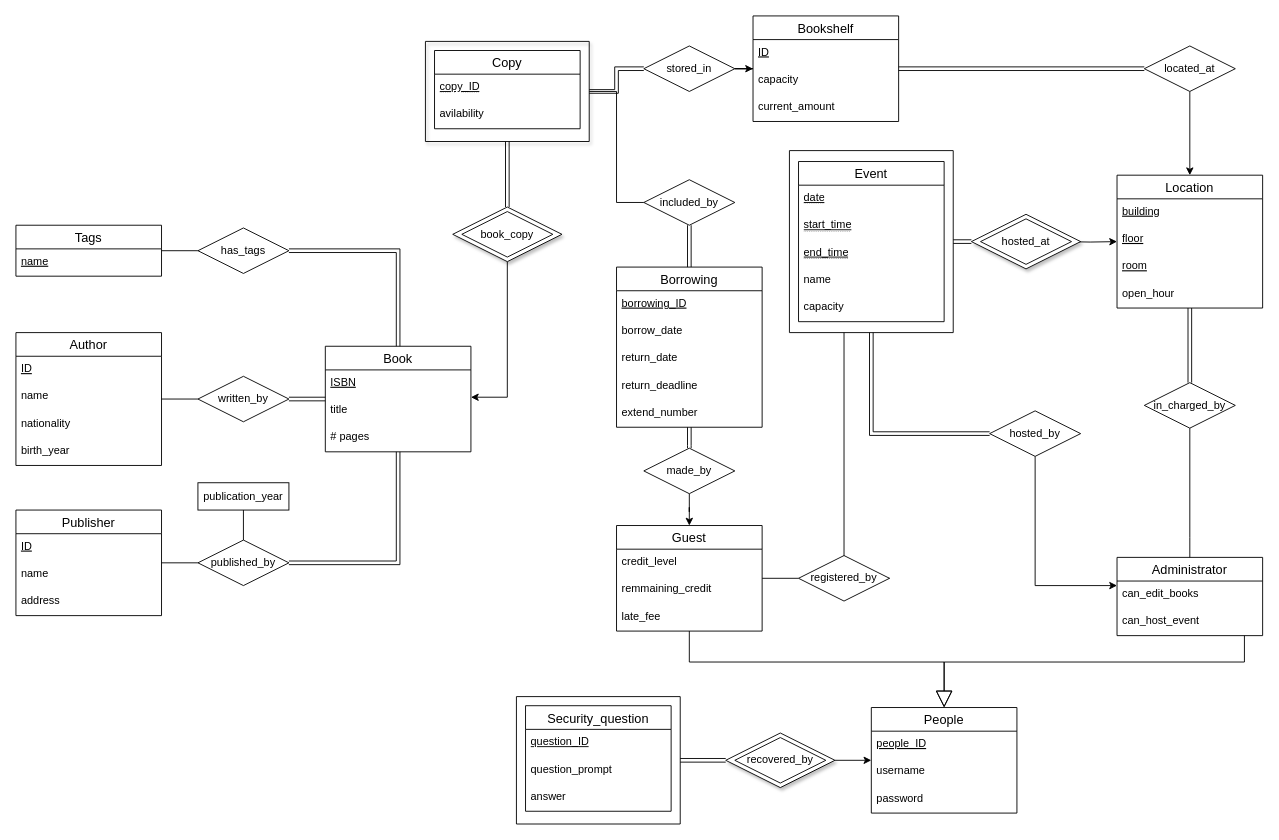
Before: schema/er_diagram/ER_diagram_draft.drawio in Kassaking7/eLibraryManagementSystem, a draw.io diagram. Source tidied: cells renumbered, new cells numbered last; positions are measured from the earlier drawing's top-left corner, leaving out a move shared by most shapes. Both pictures are drawn from the tidied source at 91%, with x=0, y=0 at pixel (15, 15).
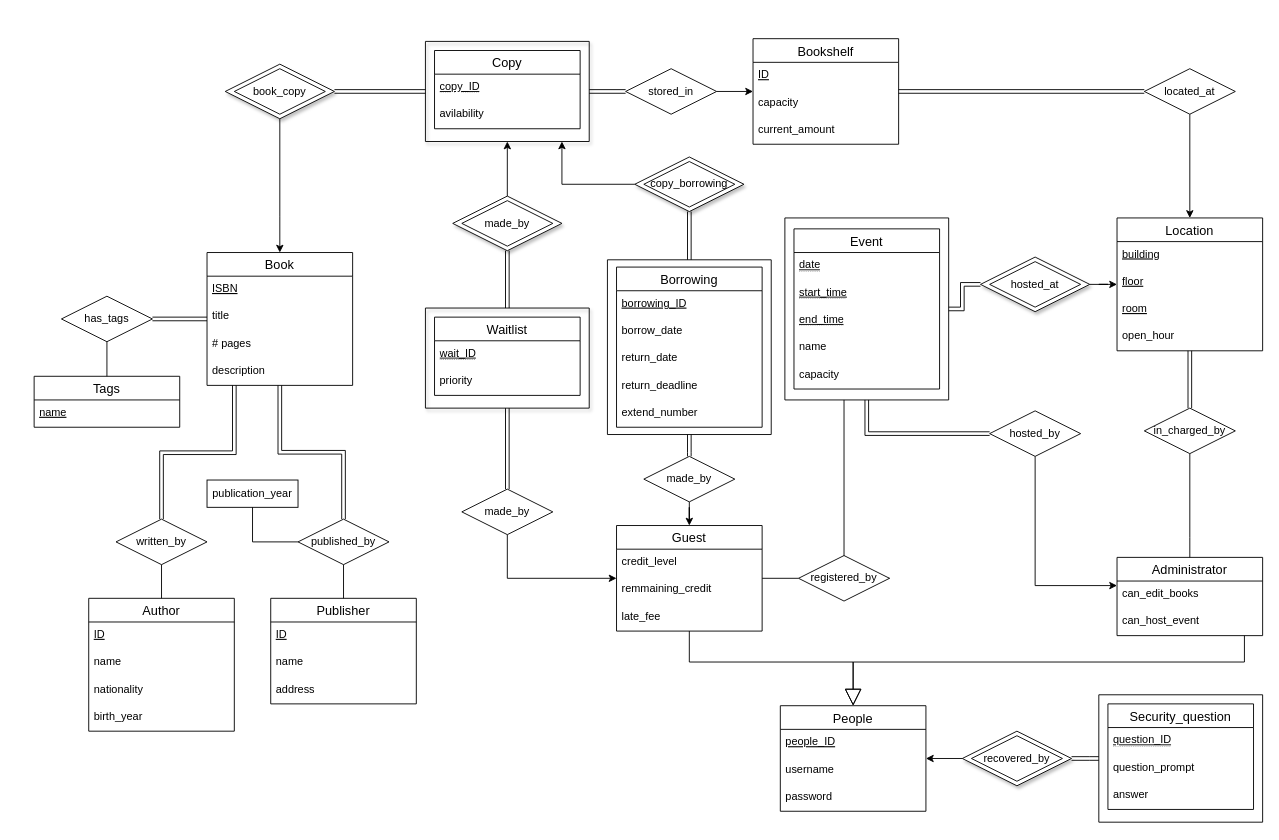
Above is the later version.

The change refers to these unchanged cells:
```xml
<mxCell id="34" value="Guest" style="swimlane;fontStyle=0;horizontal=1;startSize=26;align=center;fontSize=14;" parent="1" vertex="1">
  <mxGeometry x="660" y="560" width="160" height="116" as="geometry" />
</mxCell>
<mxCell id="42" value="Administrator" style="swimlane;fontStyle=0;horizontal=1;startSize=26;align=center;fontSize=14;" parent="1" vertex="1">
  <mxGeometry x="1210" y="595" width="160" height="86" as="geometry" />
</mxCell>
<mxCell id="49" value="Borrowing" style="swimlane;fontStyle=0;horizontal=1;startSize=26;align=center;fontSize=14;" parent="1" vertex="1">
  <mxGeometry x="660" y="276" width="160" height="176" as="geometry" />
</mxCell>
<mxCell id="69" style="swimlane;startSize=0;shadow=1;" parent="1" vertex="1">
  <mxGeometry x="450" y="28" width="180" height="110" as="geometry" />
</mxCell>
```

What changed in the source:
```diff
@@
+    <mxCell id="105" style="rhombus;whiteSpace=wrap;html=1;shadow=1;" parent="1" vertex="1">
+      <mxGeometry x="480" y="198" width="120" height="60" as="geometry" />
+    </mxCell>
+    <mxCell id="106" style="rhombus;whiteSpace=wrap;html=1;shadow=1;" parent="1" vertex="1">
+      <mxGeometry x="680" y="155" width="120" height="60" as="geometry" />
+    </mxCell>
     <mxCell id="2" value="Book" style="swimlane;fontStyle=0;horizontal=1;startSize=26;align=center;fontSize=14;" parent="1" vertex="1">
-      <mxGeometry x="340" y="363" width="160" height="116" as="geometry" />
+      <mxGeometry x="210" y="260" width="160" height="146" as="geometry" />
     </mxCell>
@@
+    <mxCell id="107" value="description" style="text;strokeColor=none;fillColor=none;spacingLeft=4;spacingRight=4;overflow=hidden;fontSize=12;" parent="2" vertex="1">
+      <mxGeometry y="116" width="160" height="30" as="geometry" />
+    </mxCell>
     <mxCell id="6" value="Bookshelf" style="swimlane;fontStyle=0;horizontal=1;startSize=26;align=center;fontSize=14;" parent="1" vertex="1">
-      <mxGeometry x="810" width="160" height="116" as="geometry" />
+      <mxGeometry x="810" y="25" width="160" height="116" as="geometry" />
     </mxCell>
@@
     <mxCell id="10" value="Location" style="swimlane;fontStyle=0;horizontal=1;startSize=26;align=center;fontSize=14;" parent="1" vertex="1">
-      <mxGeometry x="1210" y="175" width="160" height="146" as="geometry" />
+      <mxGeometry x="1210" y="222" width="160" height="146" as="geometry" />
     </mxCell>
@@
     <mxCell id="17" value="stored_in" style="rhombus;whiteSpace=wrap;html=1;" parent="1" vertex="1">
-      <mxGeometry x="690" y="33" width="100" height="50" as="geometry" />
+      <mxGeometry x="670" y="58" width="100" height="50" as="geometry" />
     </mxCell>
@@
     <mxCell id="20" value="located_at" style="rhombus;whiteSpace=wrap;html=1;" parent="1" vertex="1">
-      <mxGeometry x="1240" y="33" width="100" height="50" as="geometry" />
+      <mxGeometry x="1240" y="58" width="100" height="50" as="geometry" />
     </mxCell>
     <mxCell id="21" value="Author" style="swimlane;fontStyle=0;horizontal=1;startSize=26;align=center;fontSize=14;" parent="1" vertex="1">
-      <mxGeometry y="348" width="160" height="146" as="geometry" />
+      <mxGeometry x="80" y="640" width="160" height="146" as="geometry" />
     </mxCell>
@@
     <mxCell id="26" value="Publisher" style="swimlane;fontStyle=0;horizontal=1;startSize=26;align=center;fontSize=14;" parent="1" vertex="1">
-      <mxGeometry y="543" width="160" height="116" as="geometry" />
+      <mxGeometry x="280" y="640" width="160" height="116" as="geometry" />
     </mxCell>
@@
-    <mxCell id="30" style="edgeStyle=orthogonalEdgeStyle;rounded=0;jettySize=auto;html=1;exitX=1;exitY=0.5;exitDx=0;exitDy=0;shape=link;" parent="1" edge="1" source="31" target="2">
-      <mxGeometry relative="1" as="geometry" />
+    <mxCell id="30" style="edgeStyle=orthogonalEdgeStyle;rounded=0;jettySize=auto;html=1;exitX=0.5;exitY=0;exitDx=0;exitDy=0;shape=link;" parent="1" edge="1" source="31" target="2">
+      <mxGeometry relative="1" as="geometry">
+        <Array as="points">
+          <mxPoint x="160" y="480" />
+          <mxPoint x="240" y="480" />
+        </Array>
+      </mxGeometry>
     </mxCell>
     <mxCell id="31" value="written_by" style="rhombus;whiteSpace=wrap;html=1;" parent="1" vertex="1">
-      <mxGeometry x="200" y="396" width="100" height="50" as="geometry" />
+      <mxGeometry x="110" y="553" width="100" height="50" as="geometry" />
     </mxCell>
-    <mxCell id="32" style="edgeStyle=orthogonalEdgeStyle;rounded=0;jettySize=auto;html=1;exitX=1;exitY=0.5;exitDx=0;exitDy=0;shape=link;" parent="1" edge="1" source="33" target="2">
+    <mxCell id="32" style="edgeStyle=orthogonalEdgeStyle;rounded=0;jettySize=auto;html=1;shape=link;" parent="1" edge="1" source="33" target="2">
       <mxGeometry relative="1" as="geometry" />
     </mxCell>
     <mxCell id="33" value="published_by" style="rhombus;whiteSpace=wrap;html=1;" parent="1" vertex="1">
-      <mxGeometry x="200" y="576" width="100" height="50" as="geometry" />
+      <mxGeometry x="310" y="553" width="100" height="50" as="geometry" />
     </mxCell>
@@
     <mxCell id="38" value="People" style="swimlane;fontStyle=0;horizontal=1;startSize=26;align=center;fontSize=14;" parent="1" vertex="1">
-      <mxGeometry x="940" y="760" width="160" height="116" as="geometry" />
+      <mxGeometry x="840" y="758" width="160" height="116" as="geometry" />
     </mxCell>
@@
     <mxCell id="47" style="endArrow=block;endSize=16;endFill=0;html=1;rounded=0;edgeStyle=orthogonalEdgeStyle;" parent="1" edge="1" source="34" target="38">
       <mxGeometry relative="1" as="geometry">
         <Array as="points">
           <mxPoint x="740" y="710" />
-          <mxPoint x="1020" y="710" />
+          <mxPoint x="920" y="710" />
         </Array>
       </mxGeometry>
     </mxCell>
     <mxCell id="48" style="endArrow=block;endSize=16;endFill=0;html=1;rounded=0;edgeStyle=orthogonalEdgeStyle;" parent="1" edge="1" source="42" target="38">
       <mxGeometry relative="1" as="geometry">
         <Array as="points">
           <mxPoint x="1350" y="710" />
-          <mxPoint x="1020" y="710" />
+          <mxPoint x="920" y="710" />
         </Array>
       </mxGeometry>
     </mxCell>
@@
-    <mxCell id="55" style="edgeStyle=orthogonalEdgeStyle;rounded=0;jettySize=auto;html=1;shape=link;" parent="1" edge="1" source="57" target="49">
+    <mxCell id="55" style="edgeStyle=orthogonalEdgeStyle;rounded=0;jettySize=auto;html=1;shape=link;" parent="1" edge="1" source="57" target="118">
       <mxGeometry relative="1" as="geometry" />
     </mxCell>
@@
     <mxCell id="57" value="made_by" style="rhombus;whiteSpace=wrap;html=1;" parent="1" vertex="1">
-      <mxGeometry x="690" y="475" width="100" height="50" as="geometry" />
+      <mxGeometry x="690" y="484" width="100" height="50" as="geometry" />
     </mxCell>
-    <mxCell id="58" style="edgeStyle=orthogonalEdgeStyle;shape=link;rounded=0;jettySize=auto;html=1;exitX=0.5;exitY=1;exitDx=0;exitDy=0;" parent="1" edge="1" source="59" target="49">
+    <mxCell id="58" style="edgeStyle=orthogonalEdgeStyle;shape=link;rounded=0;jettySize=auto;html=1;" parent="1" edge="1" source="106" target="118">
       <mxGeometry relative="1" as="geometry" />
     </mxCell>
-    <mxCell id="59" value="included_by" style="rhombus;whiteSpace=wrap;html=1;" parent="1" vertex="1">
-      <mxGeometry x="690" y="180" width="100" height="50" as="geometry" />
+    <mxCell id="59" value="copy_borrowing" style="rhombus;whiteSpace=wrap;html=1;" parent="1" vertex="1">
+      <mxGeometry x="690" y="160" width="100" height="50" as="geometry" />
     </mxCell>
-    <mxCell id="60" style="endArrow=none;html=1;rounded=0;entryX=0;entryY=0.5;entryDx=0;entryDy=0;edgeStyle=orthogonalEdgeStyle;" parent="1" edge="1" source="69" target="59">
-      <mxGeometry relative="1" as="geometry" />
+    <mxCell id="60" style="endArrow=none;html=1;rounded=0;edgeStyle=orthogonalEdgeStyle;startArrow=classic;startFill=1;" parent="1" edge="1" source="69" target="106">
+      <mxGeometry relative="1" as="geometry">
+        <Array as="points">
+          <mxPoint x="600" y="185" />
+        </Array>
+      </mxGeometry>
     </mxCell>
     <mxCell id="61" value="Tags" style="swimlane;fontStyle=0;horizontal=1;startSize=26;align=center;fontSize=14;" parent="1" vertex="1">
-      <mxGeometry y="230" width="160" height="56" as="geometry" />
+      <mxGeometry x="20" y="396" width="160" height="56" as="geometry" />
     </mxCell>
@@
     <mxCell id="63" value="has_tags" style="rhombus;whiteSpace=wrap;html=1;" parent="1" vertex="1">
-      <mxGeometry x="200" y="233" width="100" height="50" as="geometry" />
+      <mxGeometry x="50" y="308" width="100" height="50" as="geometry" />
     </mxCell>
-    <mxCell id="64" style="endArrow=none;html=1;rounded=0;entryX=1;entryY=0.5;entryDx=0;entryDy=0;shape=link;edgeStyle=orthogonalEdgeStyle;exitX=0.5;exitY=0;exitDx=0;exitDy=0;" parent="1" edge="1" source="2" target="63">
+    <mxCell id="64" style="endArrow=none;html=1;rounded=0;shape=link;edgeStyle=orthogonalEdgeStyle;" parent="1" edge="1" source="2" target="63">
       <mxGeometry relative="1" as="geometry" />
     </mxCell>
-    <mxCell id="65" style="endArrow=none;html=1;rounded=0;exitX=0;exitY=0.5;exitDx=0;exitDy=0;edgeStyle=orthogonalEdgeStyle;" parent="1" edge="1" source="63" target="61">
+    <mxCell id="65" style="endArrow=none;html=1;rounded=0;exitX=0.5;exitY=1;exitDx=0;exitDy=0;edgeStyle=orthogonalEdgeStyle;" parent="1" edge="1" source="63" target="61">
       <mxGeometry relative="1" as="geometry" />
     </mxCell>
@@
-    <mxCell id="70" style="edgeStyle=orthogonalEdgeStyle;rounded=0;jettySize=auto;html=1;exitX=0.5;exitY=0;exitDx=0;exitDy=0;shape=link;" parent="1" edge="1" source="72" target="69">
+    <mxCell id="70" style="edgeStyle=orthogonalEdgeStyle;rounded=0;jettySize=auto;html=1;exitX=1;exitY=0.5;exitDx=0;exitDy=0;shape=link;" parent="1" edge="1" source="72" target="69">
       <mxGeometry relative="1" as="geometry" />
     </mxCell>
-    <mxCell id="71" style="edgeStyle=orthogonalEdgeStyle;rounded=0;jettySize=auto;html=1;exitX=0.5;exitY=1;exitDx=0;exitDy=0;entryX=1;entryY=0.5;entryDx=0;entryDy=0;" parent="1" edge="1" source="72">
+    <mxCell id="71" style="edgeStyle=orthogonalEdgeStyle;rounded=0;jettySize=auto;html=1;exitX=0.5;exitY=1;exitDx=0;exitDy=0;" parent="1" edge="1" source="72" target="2">
       <mxGeometry relative="1" as="geometry">
-        <mxPoint x="500" y="419" as="targetPoint" />
         <Array as="points">
-          <mxPoint x="540" y="419" />
+          <mxPoint x="290" y="220" />
+          <mxPoint x="290" y="220" />
         </Array>
       </mxGeometry>
     </mxCell>
     <mxCell id="72" style="rhombus;whiteSpace=wrap;html=1;shadow=1;" parent="1" vertex="1">
-      <mxGeometry x="480" y="210" width="120" height="60" as="geometry" />
+      <mxGeometry x="230" y="53" width="120" height="60" as="geometry" />
     </mxCell>
     <mxCell id="73" value="book_copy" style="rhombus;whiteSpace=wrap;html=1;" parent="1" vertex="1">
-      <mxGeometry x="490" y="215" width="100" height="50" as="geometry" />
+      <mxGeometry x="240" y="58" width="100" height="50" as="geometry" />
     </mxCell>
     <mxCell id="74" value="publication_year" style="rounded=0;whiteSpace=wrap;html=1;" parent="1" vertex="1">
-      <mxGeometry x="200" y="513" width="100" height="30" as="geometry" />
+      <mxGeometry x="210" y="510" width="100" height="30" as="geometry" />
     </mxCell>
-    <mxCell id="75" style="endArrow=none;html=1;rounded=0;edgeStyle=orthogonalEdgeStyle;" parent="1" edge="1" source="74" target="33">
+    <mxCell id="75" style="endArrow=none;html=1;rounded=0;edgeStyle=orthogonalEdgeStyle;entryX=0;entryY=0.5;entryDx=0;entryDy=0;" parent="1" edge="1" source="74" target="33">
       <mxGeometry relative="1" as="geometry" />
     </mxCell>
@@
     <mxCell id="78" value="in_charged_by" style="rhombus;whiteSpace=wrap;html=1;" parent="1" vertex="1">
-      <mxGeometry x="1240" y="403" width="100" height="50" as="geometry" />
+      <mxGeometry x="1240" y="431" width="100" height="50" as="geometry" />
     </mxCell>
     <mxCell id="79" style="swimlane;startSize=0;" parent="1" vertex="1">
-      <mxGeometry x="850" y="148" width="180" height="200" as="geometry" />
+      <mxGeometry x="845" y="222" width="180" height="200" as="geometry" />
     </mxCell>
@@
-    <mxCell id="87" style="edgeStyle=orthogonalEdgeStyle;rounded=0;jettySize=auto;html=1;exitX=1;exitY=0.5;exitDx=0;exitDy=0;endArrow=classic;endFill=1;" parent="1" edge="1" target="10">
-      <mxGeometry relative="1" as="geometry">
-        <mxPoint x="1150" y="248" as="sourcePoint" />
-      </mxGeometry>
+    <mxCell id="87" style="edgeStyle=orthogonalEdgeStyle;rounded=0;jettySize=auto;html=1;endArrow=classic;endFill=1;" parent="1" edge="1" source="88" target="10">
+      <mxGeometry relative="1" as="geometry" />
     </mxCell>
     <mxCell id="88" style="rhombus;whiteSpace=wrap;html=1;shadow=1;" parent="1" vertex="1">
-      <mxGeometry x="1050" y="218" width="120" height="60" as="geometry" />
+      <mxGeometry x="1060" y="265" width="120" height="60" as="geometry" />
     </mxCell>
     <mxCell id="89" value="hosted_at" style="rhombus;whiteSpace=wrap;html=1;" parent="1" vertex="1">
-      <mxGeometry x="1060" y="223" width="100" height="50" as="geometry" />
+      <mxGeometry x="1070" y="270" width="100" height="50" as="geometry" />
     </mxCell>
@@
     <mxCell id="96" value="Security_question" style="swimlane;fontStyle=0;horizontal=1;startSize=26;align=center;fontSize=14;" parent="1" vertex="1">
-      <mxGeometry x="560" y="758" width="160" height="116" as="geometry" />
+      <mxGeometry x="1200" y="756" width="160" height="116" as="geometry" />
     </mxCell>
@@
-    <mxCell id="100" style="edgeStyle=orthogonalEdgeStyle;rounded=0;sketch=0;jettySize=auto;html=1;entryX=0;entryY=0.5;entryDx=0;entryDy=0;endArrow=none;endFill=0;shape=link;" parent="1" edge="1" source="101" target="103">
+    <mxCell id="100" style="edgeStyle=orthogonalEdgeStyle;rounded=0;sketch=0;jettySize=auto;html=1;entryX=1;entryY=0.5;entryDx=0;entryDy=0;endArrow=none;endFill=0;shape=link;" parent="1" edge="1" source="101" target="103">
       <mxGeometry relative="1" as="geometry" />
     </mxCell>
     <mxCell id="101" style="swimlane;startSize=0;" parent="1" vertex="1">
-      <mxGeometry x="550" y="748" width="180" height="140" as="geometry" />
+      <mxGeometry x="1190" y="746" width="180" height="140" as="geometry" />
     </mxCell>
-    <mxCell id="102" style="edgeStyle=orthogonalEdgeStyle;rounded=0;sketch=0;jettySize=auto;html=1;exitX=1;exitY=0.5;exitDx=0;exitDy=0;endArrow=classic;endFill=1;" parent="1" edge="1" source="103" target="38">
+    <mxCell id="102" style="edgeStyle=orthogonalEdgeStyle;rounded=0;sketch=0;jettySize=auto;html=1;exitX=0;exitY=0.5;exitDx=0;exitDy=0;endArrow=classic;endFill=1;" parent="1" edge="1" source="103" target="38">
       <mxGeometry relative="1" as="geometry" />
     </mxCell>
     <mxCell id="103" style="rhombus;whiteSpace=wrap;html=1;shadow=1;" parent="1" vertex="1">
-      <mxGeometry x="780" y="788" width="120" height="60" as="geometry" />
+      <mxGeometry x="1040" y="786" width="120" height="60" as="geometry" />
     </mxCell>
     <mxCell id="104" value="recovered_by" style="rhombus;whiteSpace=wrap;html=1;" parent="1" vertex="1">
-      <mxGeometry x="790" y="793" width="100" height="50" as="geometry" />
+      <mxGeometry x="1050" y="791" width="100" height="50" as="geometry" />
     </mxCell>
+    <mxCell id="108" value="Waitlist" style="swimlane;fontStyle=0;horizontal=1;startSize=26;align=center;fontSize=14;" parent="1" vertex="1">
+      <mxGeometry x="460" y="331" width="160" height="86" as="geometry" />
+    </mxCell>
+    <mxCell id="109" value="&lt;u style=&quot;text-decoration:underline dotted;text-underline-position:under&quot;&gt;wait_ID&lt;/u&gt;" style="text;strokeColor=none;fillColor=none;spacingLeft=4;spacingRight=4;overflow=hidden;fontSize=12;fontStyle=4;html=1;" parent="108" vertex="1">
+      <mxGeometry y="26" width="160" height="30" as="geometry" />
+    </mxCell>
+    <mxCell id="110" value="priority" style="text;strokeColor=none;fillColor=none;spacingLeft=4;spacingRight=4;overflow=hidden;fontSize=12;" parent="108" vertex="1">
+      <mxGeometry y="56" width="160" height="30" as="geometry" />
+    </mxCell>
+    <mxCell id="111" style="swimlane;startSize=0;shadow=1;" parent="1" vertex="1">
+      <mxGeometry x="450" y="321" width="180" height="110" as="geometry" />
+    </mxCell>
+    <mxCell id="112" style="edgeStyle=orthogonalEdgeStyle;rounded=0;jettySize=auto;html=1;exitX=0.5;exitY=1;exitDx=0;exitDy=0;" parent="1" edge="1" source="114" target="34">
+      <mxGeometry relative="1" as="geometry" />
+    </mxCell>
+    <mxCell id="113" style="edgeStyle=orthogonalEdgeStyle;rounded=0;jettySize=auto;html=1;exitX=0.5;exitY=0;exitDx=0;exitDy=0;shape=link;" parent="1" edge="1" source="114" target="111">
+      <mxGeometry relative="1" as="geometry" />
+    </mxCell>
+    <mxCell id="114" value="made_by" style="rhombus;whiteSpace=wrap;html=1;" parent="1" vertex="1">
+      <mxGeometry x="490" y="520" width="100" height="50" as="geometry" />
+    </mxCell>
+    <mxCell id="115" style="edgeStyle=orthogonalEdgeStyle;shape=link;rounded=0;jettySize=auto;html=1;" parent="1" edge="1" source="105" target="111">
+      <mxGeometry relative="1" as="geometry" />
+    </mxCell>
+    <mxCell id="116" style="edgeStyle=orthogonalEdgeStyle;rounded=0;jettySize=auto;html=1;" parent="1" edge="1" source="105" target="69">
+      <mxGeometry relative="1" as="geometry" />
+    </mxCell>
+    <mxCell id="117" value="made_by" style="rhombus;whiteSpace=wrap;html=1;" parent="1" vertex="1">
+      <mxGeometry x="490" y="203" width="100" height="50" as="geometry" />
+    </mxCell>
+    <mxCell id="118" style="swimlane;startSize=0;" parent="1" vertex="1">
+      <mxGeometry x="650" y="268" width="180" height="192" as="geometry" />
+    </mxCell>
```
